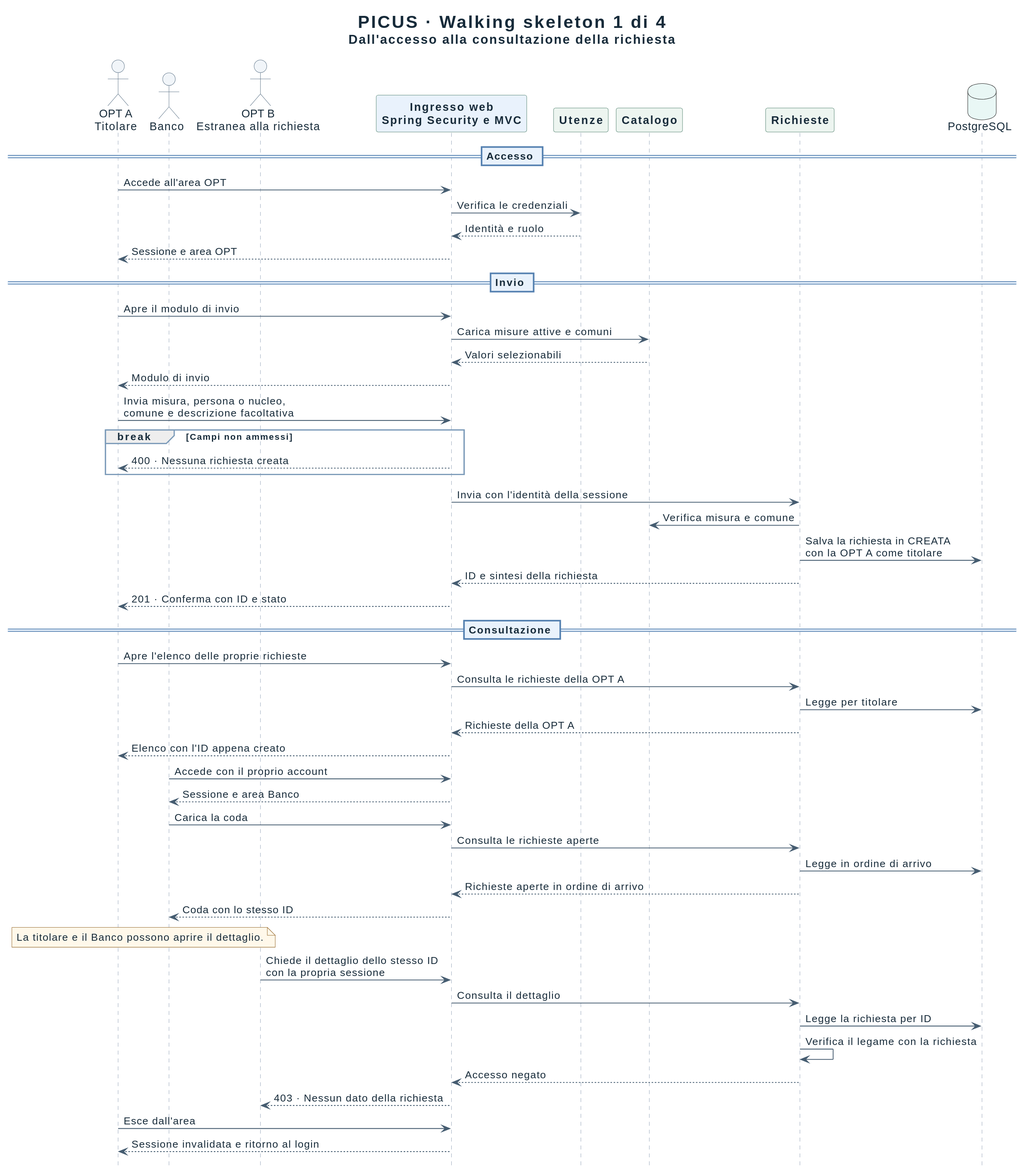
The PlantUML diagram docs/architecture/diagrams/PICUS-Walking-Skeleton.svg in Pinguini-alla-Fragola/Progetto-SAD, before a commit.
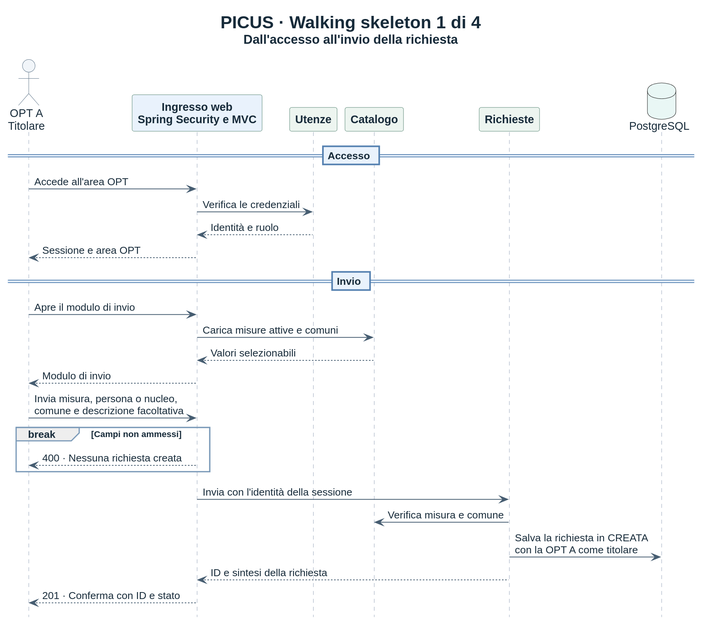
After the commit.

Commit message:
docs(architecture): allinea il walking skeleton dopo la review

What changed in the source:
```diff
@@ -1,11 +1,9 @@
 @startuml
 !include PICUS-Walking-Skeleton-style.iuml
 
-title <size:22><b>PICUS · Walking skeleton 1 di 4</b></size>\n<size:16>Dall'accesso alla consultazione della richiesta</size>
+title <size:22><b>PICUS · Walking skeleton 1 di 4</b></size>\n<size:16>Dall'accesso all'invio della richiesta</size>
 
 actor "OPT A\nTitolare" as Opt
-actor "Banco" as Banco
-actor "OPT B\nEstranea alla richiesta" as Estranea
 participant "Ingresso web\nSpring Security e MVC" as Web #E9F2FC
 participant "Utenze" as Utenze
 participant "Catalogo" as Catalogo
@@ -32,32 +30,4 @@
 Richieste -> Db: Salva la richiesta in CREATA\ncon la OPT A come titolare
 Richieste --> Web: ID e sintesi della richiesta
 Web --> Opt: 201 · Conferma con ID e stato
-
-== Consultazione ==
-Opt -> Web: Apre l'elenco delle proprie richieste
-Web -> Richieste: Consulta le richieste della OPT A
-Richieste -> Db: Legge per titolare
-Richieste --> Web: Richieste della OPT A
-Web --> Opt: Elenco con l'ID appena creato
-
-Banco -> Web: Accede con il proprio account
-Web --> Banco: Sessione e area Banco
-Banco -> Web: Carica la coda
-Web -> Richieste: Consulta le richieste aperte
-Richieste -> Db: Legge in ordine di arrivo
-Richieste --> Web: Richieste aperte in ordine di arrivo
-Web --> Banco: Coda con lo stesso ID
-
-note over Opt, Banco
-  La titolare e il Banco possono aprire il dettaglio.
-end note
-Estranea -> Web: Chiede il dettaglio dello stesso ID\ncon la propria sessione
-Web -> Richieste: Consulta il dettaglio
-Richieste -> Db: Legge la richiesta per ID
-Richieste -> Richieste: Verifica il legame con la richiesta
-Richieste --> Web: Accesso negato
-Web --> Estranea: 403 · Nessun dato della richiesta
-
-Opt -> Web: Esce dall'area
-Web --> Opt: Sessione invalidata e ritorno al login
 @enduml
```
